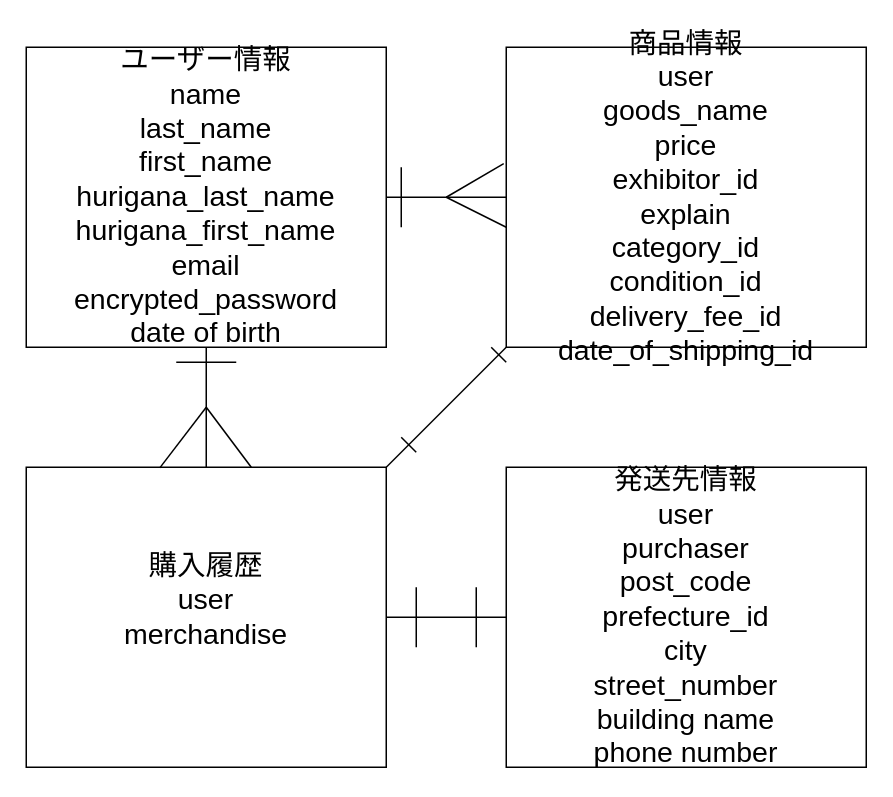
Sedwardy/furima-37775 keeps this draw.io diagram as furima.dio. Above is the earlier version. Source tidied: cells renumbered, new cells numbered last; positions are measured from the earlier drawing's top-left corner, leaving out a move shared by most shapes. Both pictures are drawn from the tidied source at 150%, with x=0, y=0 at pixel (26, 46).
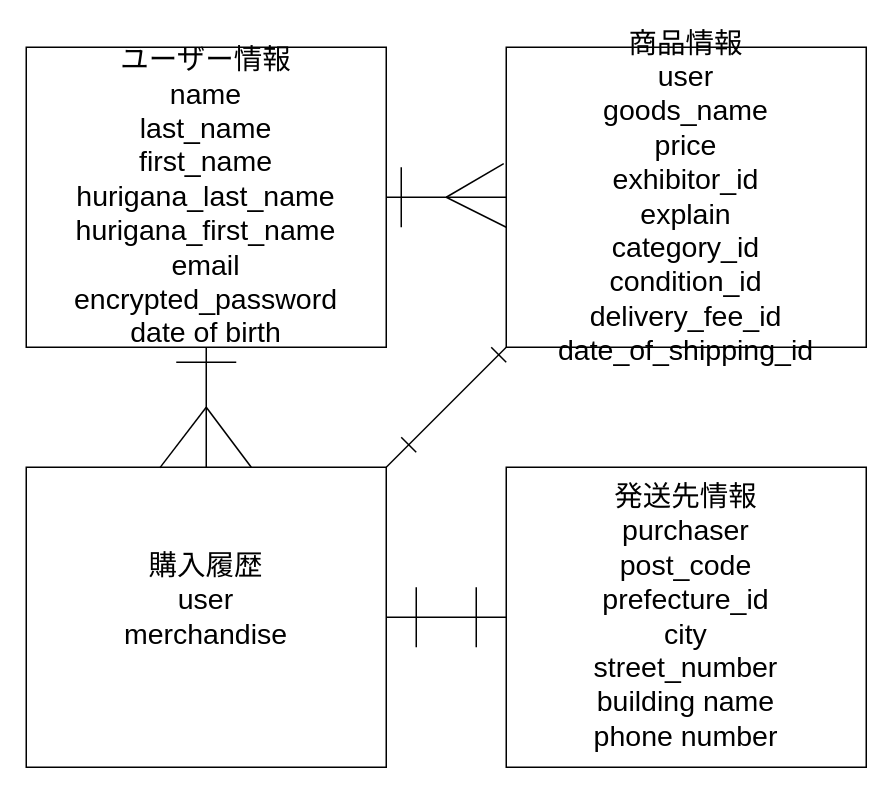
The same page after the edit.

The edit, as a diff of the source:
```diff
@@
-    <mxCell id="4" value="&lt;font style=&quot;font-size: 19px&quot;&gt;発送先情報&lt;br&gt;user&lt;br&gt;purchaser&lt;br&gt;post_code&lt;br&gt;prefecture_id&lt;br&gt;city&lt;br&gt;street_number&lt;br&gt;building name&lt;br&gt;phone number&lt;br&gt;&lt;/font&gt;" style="rounded=0;whiteSpace=wrap;html=1;" parent="1" vertex="1">
+    <mxCell id="4" value="&lt;font style=&quot;font-size: 19px&quot;&gt;発送先情報&lt;br&gt;purchaser&lt;br&gt;post_code&lt;br&gt;prefecture_id&lt;br&gt;city&lt;br&gt;street_number&lt;br&gt;building name&lt;br&gt;phone number&lt;br&gt;&lt;/font&gt;" style="rounded=0;whiteSpace=wrap;html=1;" parent="1" vertex="1">
       <mxGeometry x="320" y="280" width="240" height="200" as="geometry" />
     </mxCell>
```
